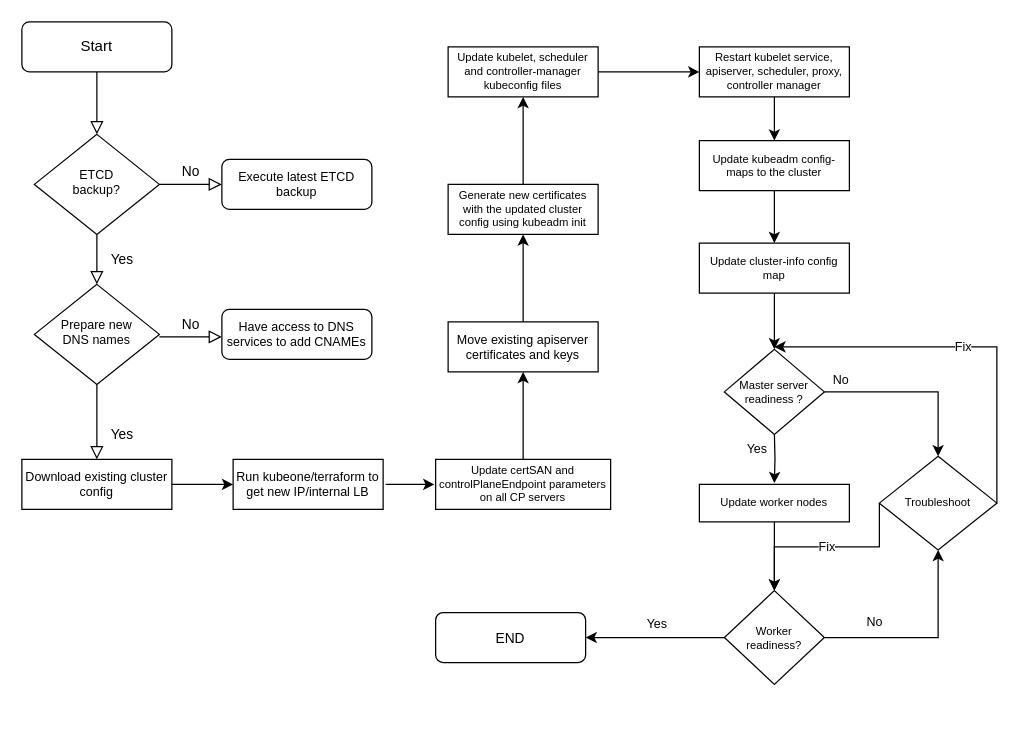
Earlier version of the draw.io diagram Untitled Diagram.drawio (jacmathew/jacmathew). Source tidied: cells renumbered, new cells numbered last; positions are measured from the earlier drawing's top-left corner, leaving out a move shared by most shapes. Both pictures are drawn from the tidied source at 125%, with x=0, y=0 at pixel (21, 21).
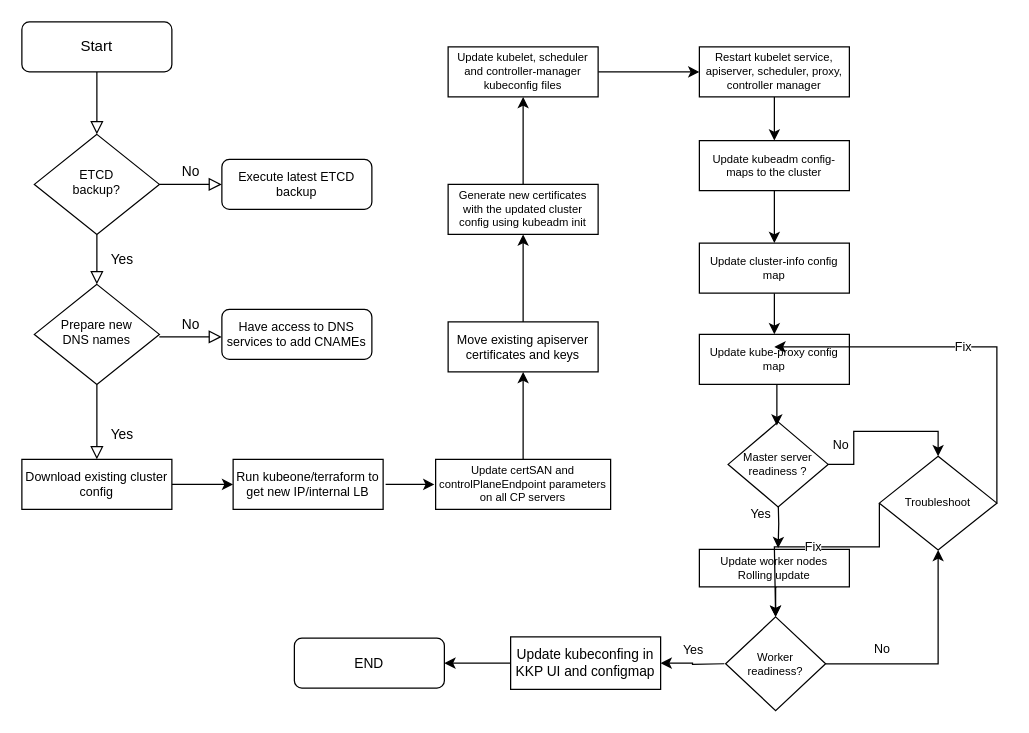
The same page after the edit.

Unchanged cells that the change refers to:
```xml
<mxCell id="29" value="Update cluster-info config map" style="whiteSpace=wrap;html=1;rounded=0;fontSize=9;" parent="1" vertex="1">
  <mxGeometry x="542" y="177" width="120" height="40" as="geometry" />
</mxCell>
```

Change to the diagram source:
```diff
@@
-    <mxCell id="28" style="edgeStyle=orthogonalEdgeStyle;rounded=0;jettySize=auto;html=1;fontSize=10;" parent="1" edge="1" source="29" target="33">
-      <mxGeometry relative="1" as="geometry" />
+    <mxCell id="28" style="edgeStyle=orthogonalEdgeStyle;rounded=0;jettySize=auto;html=1;fontSize=10;" parent="1" edge="1" source="29">
+      <mxGeometry relative="1" as="geometry">
+        <mxPoint x="602" y="250" as="targetPoint" />
+      </mxGeometry>
     </mxCell>
@@
     <mxCell id="30" value="Yes" style="edgeStyle=orthogonalEdgeStyle;rounded=0;orthogonalLoop=1;jettySize=auto;html=1;fontSize=10;" parent="1" edge="1">
       <mxGeometry x="-0.45" y="-14" relative="1" as="geometry">
-        <mxPoint x="602" y="329" as="sourcePoint" />
-        <mxPoint x="602" y="369" as="targetPoint" />
+        <mxPoint x="605" y="381" as="sourcePoint" />
+        <mxPoint x="605" y="421" as="targetPoint" />
       </mxGeometry>
     </mxCell>
@@
     <mxCell id="33" value="Master server readiness ?" style="rhombus;whiteSpace=wrap;html=1;rounded=0;fontSize=9;" parent="1" vertex="1">
-      <mxGeometry x="562" y="262" width="80" height="68" as="geometry" />
+      <mxGeometry x="565" y="320" width="80" height="68" as="geometry" />
     </mxCell>
-    <mxCell id="34" style="edgeStyle=orthogonalEdgeStyle;rounded=0;jettySize=auto;html=1;fontSize=10;" parent="1" edge="1" source="35" target="38">
-      <mxGeometry relative="1" as="geometry" />
+    <mxCell id="34" style="edgeStyle=orthogonalEdgeStyle;rounded=0;jettySize=auto;html=1;fontSize=10;entryX=0.5;entryY=0;entryDx=0;entryDy=0;" parent="1" edge="1" target="38">
+      <mxGeometry relative="1" as="geometry">
+        <mxPoint x="604" y="452" as="sourcePoint" />
+      </mxGeometry>
     </mxCell>
-    <mxCell id="35" value="Update worker nodes" style="whiteSpace=wrap;html=1;rounded=0;fontSize=9;" parent="1" vertex="1">
-      <mxGeometry x="542" y="370" width="120" height="30" as="geometry" />
+    <mxCell id="35" value="Update worker nodes&lt;br&gt;Rolling update" style="whiteSpace=wrap;html=1;rounded=0;fontSize=9;" parent="1" vertex="1">
+      <mxGeometry x="542" y="422" width="120" height="30" as="geometry" />
     </mxCell>
@@
-    <mxCell id="37" value="Yes" style="edgeStyle=orthogonalEdgeStyle;rounded=0;orthogonalLoop=1;jettySize=auto;html=1;entryX=1;entryY=0.5;entryDx=0;entryDy=0;fontSize=10;" parent="1" edge="1">
+    <mxCell id="37" value="Yes" style="edgeStyle=orthogonalEdgeStyle;rounded=0;jettySize=auto;html=1;entryX=1;entryY=0.5;entryDx=0;entryDy=0;fontSize=10;" parent="1" edge="1" target="46">
       <mxGeometry x="-0.03" y="-12" relative="1" as="geometry">
-        <mxPoint x="562" y="492.5" as="sourcePoint" />
-        <mxPoint x="451" y="492.5" as="targetPoint" />
+        <mxPoint x="562" y="513.5" as="sourcePoint" />
       </mxGeometry>
     </mxCell>
     <mxCell id="38" value="Worker&lt;br&gt;readiness?" style="rhombus;whiteSpace=wrap;html=1;rounded=0;fontSize=9;" parent="1" vertex="1">
-      <mxGeometry x="562" y="455" width="80" height="75" as="geometry" />
+      <mxGeometry x="563" y="476" width="80" height="75" as="geometry" />
     </mxCell>
     <mxCell id="39" value="END" style="rounded=1;whiteSpace=wrap;html=1;fontSize=11;glass=0;strokeWidth=1;shadow=0;" parent="1" vertex="1">
-      <mxGeometry x="331" y="472.5" width="120" height="40" as="geometry" />
+      <mxGeometry x="218" y="493" width="120" height="40" as="geometry" />
     </mxCell>
+    <mxCell id="43" value="Update kube-proxy config map" style="whiteSpace=wrap;html=1;rounded=0;fontSize=9;" parent="1" vertex="1">
+      <mxGeometry x="542" y="250" width="120" height="40" as="geometry" />
+    </mxCell>
@@
+    <mxCell id="44" style="edgeStyle=orthogonalEdgeStyle;rounded=0;orthogonalLoop=1;jettySize=auto;html=1;fontSize=10;" parent="1" edge="1">
+      <mxGeometry relative="1" as="geometry">
+        <mxPoint x="604" y="290" as="sourcePoint" />
+        <mxPoint x="604" y="323" as="targetPoint" />
+      </mxGeometry>
+    </mxCell>
@@
+    <mxCell id="45" style="edgeStyle=orthogonalEdgeStyle;rounded=0;jettySize=auto;html=1;entryX=1;entryY=0.5;entryDx=0;entryDy=0;fontSize=11;" parent="1" edge="1" source="46" target="39">
+      <mxGeometry relative="1" as="geometry" />
+    </mxCell>
@@
+    <mxCell id="46" value="Update kubeconfing in KKP UI and configmap" style="rounded=0;whiteSpace=wrap;html=1;fontSize=11;" parent="1" vertex="1">
+      <mxGeometry x="391" y="492" width="120" height="42" as="geometry" />
+    </mxCell>
```
